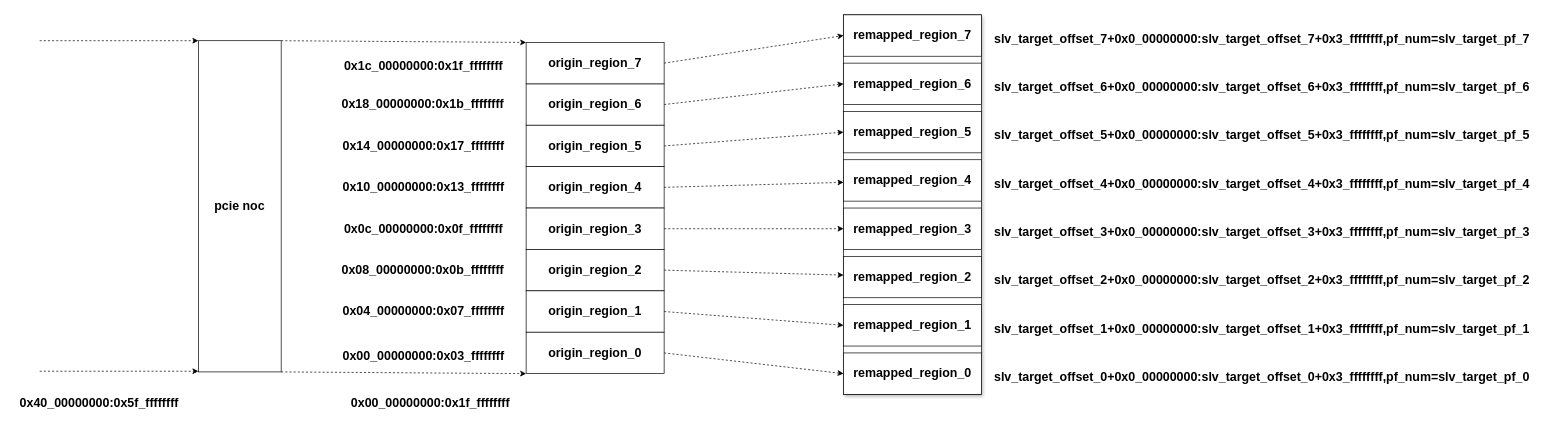
Above: remap.drawio in creatingmulti/helloword (draw.io), before the change. Source tidied: cells renumbered, new cells numbered last; positions are measured from the earlier drawing's top-left corner, leaving out a move shared by most shapes. Both pictures are drawn from the tidied source at 69%, with x=0, y=0 at pixel (12, 14).
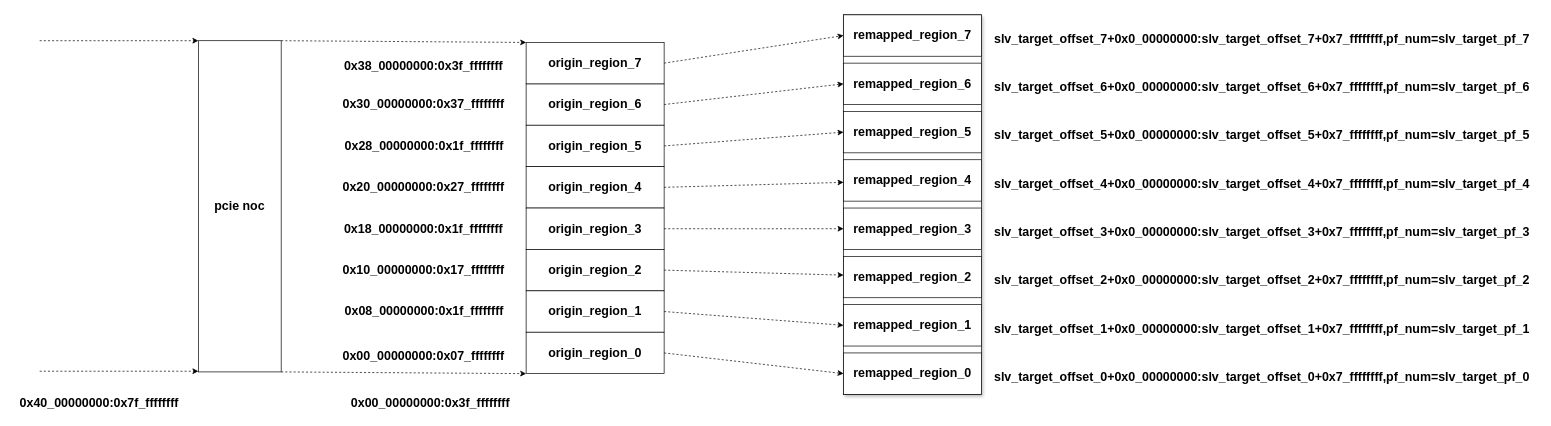
After the change.

What changed in the source:
```diff
@@
-    <mxCell id="32" value="0x40_00000000:0x5f_ffffffff" style="text;html=1;align=center;verticalAlign=middle;strokeColor=none;fillColor=none;fontSize=18;fontStyle=1;" parent="1" vertex="1">
+    <mxCell id="32" value="0x40_00000000:0x7f_ffffffff" style="text;html=1;align=center;verticalAlign=middle;strokeColor=none;fillColor=none;fontSize=18;fontStyle=1;" parent="1" vertex="1">
       <mxGeometry y="545.5" width="251" height="34" as="geometry" />
     </mxCell>
-    <mxCell id="33" value="0x00_00000000:0x1f_ffffffff" style="text;html=1;align=center;verticalAlign=middle;strokeColor=none;fillColor=none;fontSize=18;fontStyle=1;" parent="1" vertex="1">
+    <mxCell id="33" value="0x00_00000000:0x3f_ffffffff" style="text;html=1;align=center;verticalAlign=middle;strokeColor=none;fillColor=none;fontSize=18;fontStyle=1;" parent="1" vertex="1">
       <mxGeometry x="480" y="545.5" width="251" height="34" as="geometry" />
     </mxCell>
-    <mxCell id="34" value="0x00_00000000:0x03_ffffffff" style="text;html=1;align=center;verticalAlign=middle;strokeColor=none;fillColor=none;fontSize=18;fontStyle=1;" parent="1" vertex="1">
+    <mxCell id="34" value="0x00_00000000:0x07_ffffffff" style="text;html=1;align=center;verticalAlign=middle;strokeColor=none;fillColor=none;fontSize=18;fontStyle=1;" parent="1" vertex="1">
       <mxGeometry x="468" y="478" width="255" height="34" as="geometry" />
     </mxCell>
-    <mxCell id="35" value="0x04_00000000:0x07_ffffffff" style="text;html=1;align=center;verticalAlign=middle;strokeColor=none;fillColor=none;fontSize=18;fontStyle=1;" parent="1" vertex="1">
-      <mxGeometry x="468" y="413" width="255" height="34" as="geometry" />
+    <mxCell id="35" value="0x08_00000000:0x1f_ffffffff" style="text;html=1;align=center;verticalAlign=middle;strokeColor=none;fillColor=none;fontSize=18;fontStyle=1;" parent="1" vertex="1">
+      <mxGeometry x="471" y="413" width="251" height="34" as="geometry" />
     </mxCell>
-    <mxCell id="36" value="0x08_00000000:0x0b_ffffffff" style="text;html=1;align=center;verticalAlign=middle;strokeColor=none;fillColor=none;fontSize=18;fontStyle=1;" parent="1" vertex="1">
-      <mxGeometry x="467" y="353" width="256" height="34" as="geometry" />
+    <mxCell id="36" value="0x10_00000000:0x17_ffffffff" style="text;html=1;align=center;verticalAlign=middle;strokeColor=none;fillColor=none;fontSize=18;fontStyle=1;" parent="1" vertex="1">
+      <mxGeometry x="468" y="353" width="255" height="34" as="geometry" />
     </mxCell>
-    <mxCell id="37" value="0x0c_00000000:0x0f_ffffffff" style="text;html=1;align=center;verticalAlign=middle;strokeColor=none;fillColor=none;fontSize=18;fontStyle=1;" parent="1" vertex="1">
+    <mxCell id="37" value="0x18_00000000:0x1f_ffffffff" style="text;html=1;align=center;verticalAlign=middle;strokeColor=none;fillColor=none;fontSize=18;fontStyle=1;" parent="1" vertex="1">
       <mxGeometry x="470" y="293" width="251" height="34" as="geometry" />
     </mxCell>
-    <mxCell id="38" value="0x10_00000000:0x13_ffffffff" style="text;html=1;align=center;verticalAlign=middle;strokeColor=none;fillColor=none;fontSize=18;fontStyle=1;" parent="1" vertex="1">
+    <mxCell id="38" value="0x20_00000000:0x27_ffffffff" style="text;html=1;align=center;verticalAlign=middle;strokeColor=none;fillColor=none;fontSize=18;fontStyle=1;" parent="1" vertex="1">
       <mxGeometry x="468" y="233" width="255" height="34" as="geometry" />
     </mxCell>
-    <mxCell id="39" value="0x14_00000000:0x17_ffffffff" style="text;html=1;align=center;verticalAlign=middle;strokeColor=none;fillColor=none;fontSize=18;fontStyle=1;" parent="1" vertex="1">
-      <mxGeometry x="468" y="173" width="255" height="34" as="geometry" />
+    <mxCell id="39" value="0x28_00000000:0x1f_ffffffff" style="text;html=1;align=center;verticalAlign=middle;strokeColor=none;fillColor=none;fontSize=18;fontStyle=1;" parent="1" vertex="1">
+      <mxGeometry x="471" y="173" width="251" height="34" as="geometry" />
     </mxCell>
-    <mxCell id="40" value="0x18_00000000:0x1b_ffffffff" style="text;html=1;align=center;verticalAlign=middle;strokeColor=none;fillColor=none;fontSize=18;fontStyle=1;" parent="1" vertex="1">
-      <mxGeometry x="467" y="113" width="256" height="34" as="geometry" />
+    <mxCell id="40" value="0x30_00000000:0x37_ffffffff" style="text;html=1;align=center;verticalAlign=middle;strokeColor=none;fillColor=none;fontSize=18;fontStyle=1;" parent="1" vertex="1">
+      <mxGeometry x="468" y="113" width="255" height="34" as="geometry" />
     </mxCell>
-    <mxCell id="41" value="0x1c_00000000:0x1f_ffffffff" style="text;html=1;align=center;verticalAlign=middle;strokeColor=none;fillColor=none;fontSize=18;fontStyle=1;" parent="1" vertex="1">
+    <mxCell id="41" value="0x38_00000000:0x3f_ffffffff" style="text;html=1;align=center;verticalAlign=middle;strokeColor=none;fillColor=none;fontSize=18;fontStyle=1;" parent="1" vertex="1">
       <mxGeometry x="470" y="58" width="251" height="34" as="geometry" />
     </mxCell>
-    <mxCell id="42" value="slv_target_offset_7+0x0_00000000:slv_target_offset_7+0x3_ffffffff,pf_num=slv_target_pf_7" style="text;html=1;align=center;verticalAlign=middle;strokeColor=none;fillColor=none;fontSize=18;fontStyle=1;" parent="1" vertex="1">
+    <mxCell id="42" value="slv_target_offset_7+0x0_00000000:slv_target_offset_7+0x7_ffffffff,pf_num=slv_target_pf_7" style="text;html=1;align=center;verticalAlign=middle;strokeColor=none;fillColor=none;fontSize=18;fontStyle=1;" parent="1" vertex="1">
       <mxGeometry x="1407" y="18" width="807" height="34" as="geometry" />
     </mxCell>
-    <mxCell id="43" value="slv_target_offset_0+0x0_00000000:slv_target_offset_0+0x3_ffffffff,pf_num=slv_target_pf_0" style="text;html=1;align=center;verticalAlign=middle;strokeColor=none;fillColor=none;fontSize=18;fontStyle=1;" parent="1" vertex="1">
+    <mxCell id="43" value="slv_target_offset_0+0x0_00000000:slv_target_offset_0+0x7_ffffffff,pf_num=slv_target_pf_0" style="text;html=1;align=center;verticalAlign=middle;strokeColor=none;fillColor=none;fontSize=18;fontStyle=1;" parent="1" vertex="1">
       <mxGeometry x="1407" y="508" width="807" height="34" as="geometry" />
     </mxCell>
-    <mxCell id="44" value="slv_target_offset_1+0x0_00000000:slv_target_offset_1+0x3_ffffffff,pf_num=slv_target_pf_1" style="text;html=1;align=center;verticalAlign=middle;strokeColor=none;fillColor=none;fontSize=18;fontStyle=1;" parent="1" vertex="1">
+    <mxCell id="44" value="slv_target_offset_1+0x0_00000000:slv_target_offset_1+0x7_ffffffff,pf_num=slv_target_pf_1" style="text;html=1;align=center;verticalAlign=middle;strokeColor=none;fillColor=none;fontSize=18;fontStyle=1;" parent="1" vertex="1">
       <mxGeometry x="1407" y="438" width="807" height="34" as="geometry" />
     </mxCell>
-    <mxCell id="45" value="slv_target_offset_2+0x0_00000000:slv_target_offset_2+0x3_ffffffff,pf_num=slv_target_pf_2" style="text;html=1;align=center;verticalAlign=middle;strokeColor=none;fillColor=none;fontSize=18;fontStyle=1;" parent="1" vertex="1">
+    <mxCell id="45" value="slv_target_offset_2+0x0_00000000:slv_target_offset_2+0x7_ffffffff,pf_num=slv_target_pf_2" style="text;html=1;align=center;verticalAlign=middle;strokeColor=none;fillColor=none;fontSize=18;fontStyle=1;" parent="1" vertex="1">
       <mxGeometry x="1407" y="368" width="807" height="34" as="geometry" />
     </mxCell>
-    <mxCell id="46" value="slv_target_offset_3+0x0_00000000:slv_target_offset_3+0x3_ffffffff,pf_num=slv_target_pf_3" style="text;html=1;align=center;verticalAlign=middle;strokeColor=none;fillColor=none;fontSize=18;fontStyle=1;" parent="1" vertex="1">
+    <mxCell id="46" value="slv_target_offset_3+0x0_00000000:slv_target_offset_3+0x7_ffffffff,pf_num=slv_target_pf_3" style="text;html=1;align=center;verticalAlign=middle;strokeColor=none;fillColor=none;fontSize=18;fontStyle=1;" parent="1" vertex="1">
       <mxGeometry x="1407" y="298" width="807" height="34" as="geometry" />
     </mxCell>
-    <mxCell id="47" value="slv_target_offset_4+0x0_00000000:slv_target_offset_4+0x3_ffffffff,pf_num=slv_target_pf_4" style="text;html=1;align=center;verticalAlign=middle;strokeColor=none;fillColor=none;fontSize=18;fontStyle=1;" parent="1" vertex="1">
+    <mxCell id="47" value="slv_target_offset_4+0x0_00000000:slv_target_offset_4+0x7_ffffffff,pf_num=slv_target_pf_4" style="text;html=1;align=center;verticalAlign=middle;strokeColor=none;fillColor=none;fontSize=18;fontStyle=1;" parent="1" vertex="1">
       <mxGeometry x="1407" y="228" width="807" height="34" as="geometry" />
     </mxCell>
-    <mxCell id="48" value="slv_target_offset_5+0x0_00000000:slv_target_offset_5+0x3_ffffffff,pf_num=slv_target_pf_5" style="text;html=1;align=center;verticalAlign=middle;strokeColor=none;fillColor=none;fontSize=18;fontStyle=1;" parent="1" vertex="1">
+    <mxCell id="48" value="slv_target_offset_5+0x0_00000000:slv_target_offset_5+0x7_ffffffff,pf_num=slv_target_pf_5" style="text;html=1;align=center;verticalAlign=middle;strokeColor=none;fillColor=none;fontSize=18;fontStyle=1;" parent="1" vertex="1">
       <mxGeometry x="1407" y="158" width="807" height="34" as="geometry" />
     </mxCell>
-    <mxCell id="49" value="slv_target_offset_6+0x0_00000000:slv_target_offset_6+0x3_ffffffff,pf_num=slv_target_pf_6" style="text;html=1;align=center;verticalAlign=middle;strokeColor=none;fillColor=none;fontSize=18;fontStyle=1;" parent="1" vertex="1">
+    <mxCell id="49" value="slv_target_offset_6+0x0_00000000:slv_target_offset_6+0x7_ffffffff,pf_num=slv_target_pf_6" style="text;html=1;align=center;verticalAlign=middle;strokeColor=none;fillColor=none;fontSize=18;fontStyle=1;" parent="1" vertex="1">
       <mxGeometry x="1407" y="88" width="807" height="34" as="geometry" />
     </mxCell>
```
